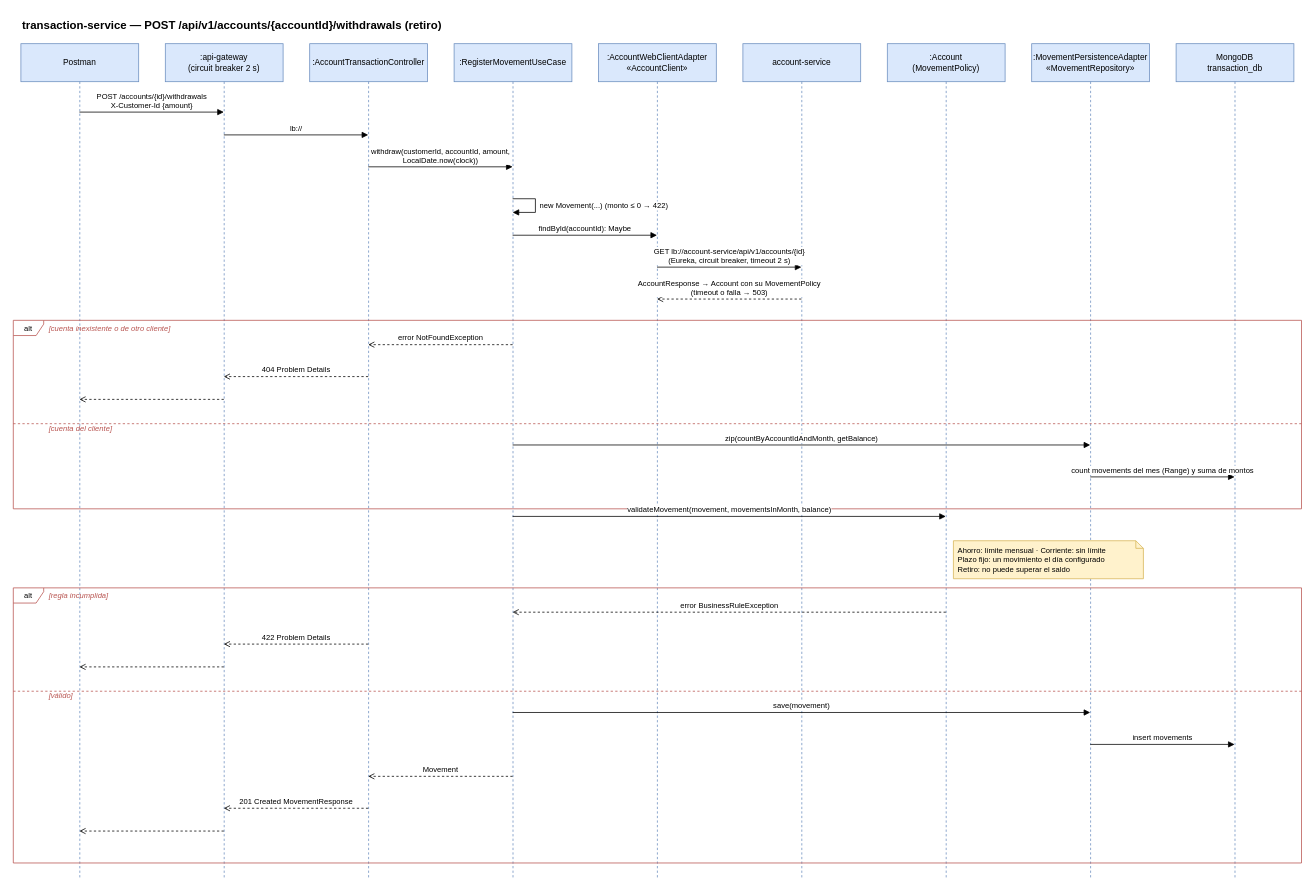
kuroxbyte/bootcamp-bank-project-docs keeps this draw.io diagram as page "transaction-service — retiro" (4 of 5) of docs/diagrams/sequence-diagrams.drawio. Above is the earlier version. Source tidied: cells renumbered, new cells numbered last; positions are measured from the earlier drawing's top-left corner, leaving out a move shared by most shapes. Both pictures are drawn from the tidied source at 76%, with x=0, y=0 at pixel (13, 13).
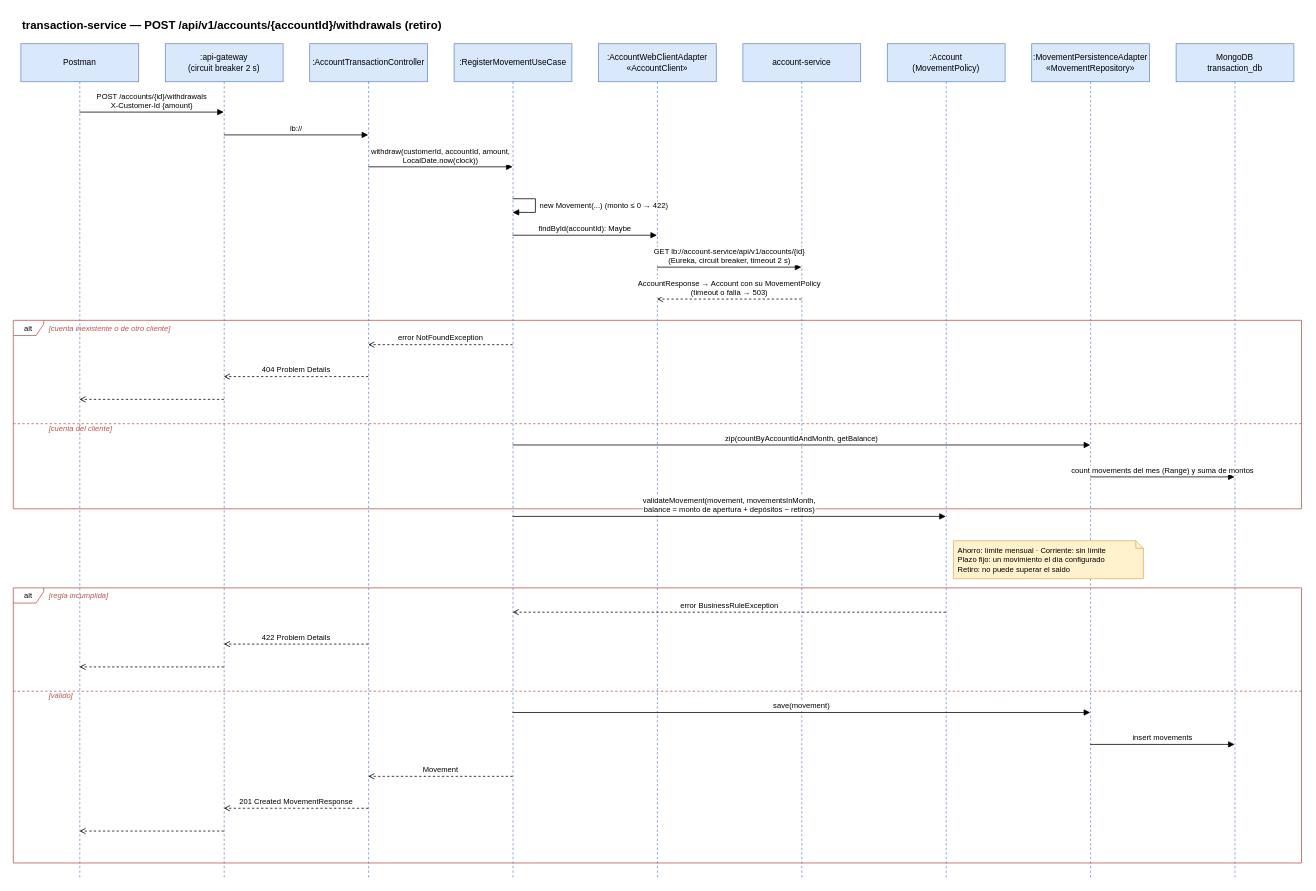
Above is the later version.

Commit message (it also covers changes not shown here):
test: verificar el monto de apertura en la colección de Postman

- Las aperturas envían openingAmount; la cuenta corriente se abre con 200 y
  su saldo lo refleja.
- Casos de monto negativo y faltante (400).
- Diagrama de secuencia de apertura y retiro actualizados.
Verificado con Newman directo y por el gateway: 49 peticiones y 90
aserciones sin fallos.

The edit, as a diff of the source:
```diff
@@
-    <mxCell id="32" value="validateMovement(movement, movementsInMonth, balance)" style="endArrow=block;endFill=1;html=1;rounded=0;fontSize=10;verticalAlign=bottom;labelBackgroundColor=#ffffff;" parent="1" edge="1">
+    <mxCell id="32" value="validateMovement(movement, movementsInMonth,&lt;br&gt;balance = monto de apertura + depósitos − retiros)" style="endArrow=block;endFill=1;html=1;rounded=0;fontSize=10;verticalAlign=bottom;labelBackgroundColor=#ffffff;" parent="1" edge="1">
       <mxGeometry relative="1" as="geometry">
         <mxPoint x="657" y="662" as="sourcePoint" />
         <mxPoint x="1227" y="662" as="targetPoint" />
       </mxGeometry>
     </mxCell>
```
